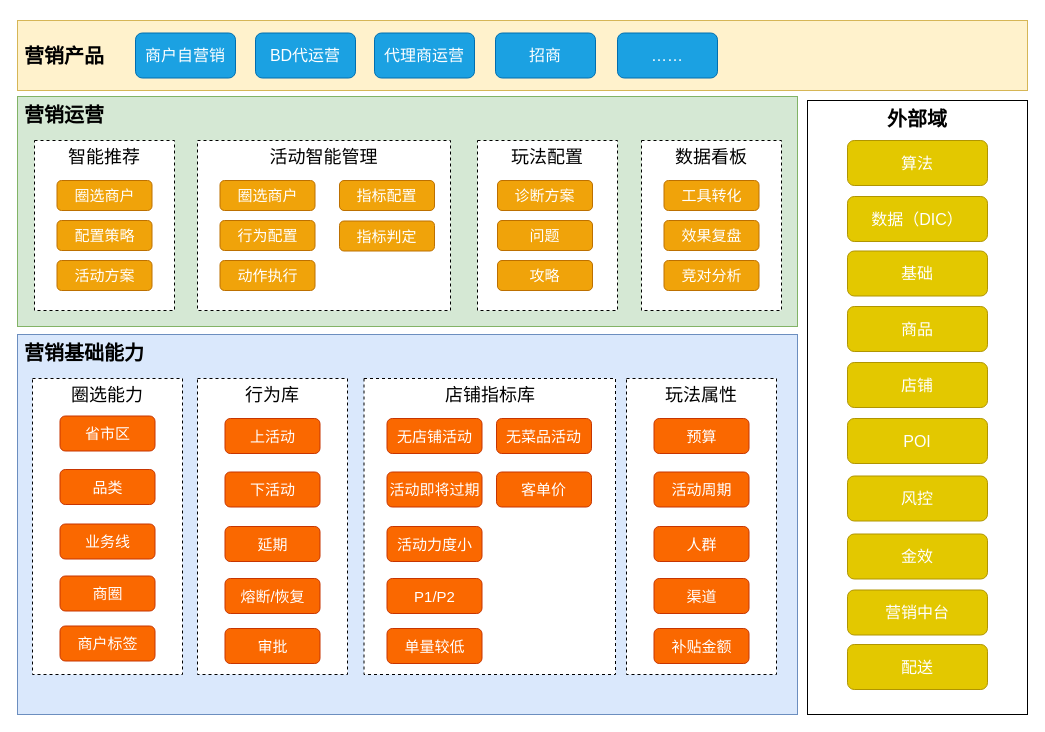
This is 营销工具架构.drawio from jon-kong/draw.io, a draw.io file, before an edit. Source tidied: cells renumbered, new cells numbered last; positions are measured from the earlier drawing's top-left corner, leaving out a move shared by most shapes. Both pictures are drawn from the tidied source at 100%, with x=0, y=0 at pixel (17, 20).
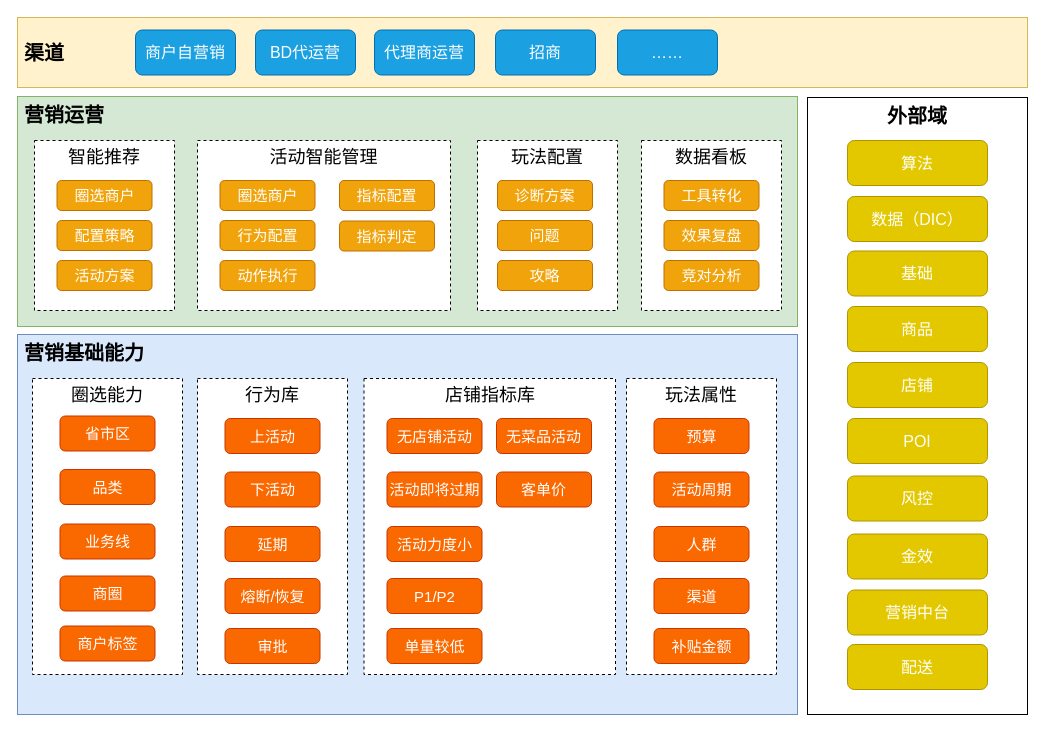
Above is the later version.

Commit message (it also covers changes not shown here):
Update 营销工具架构.drawio

Change to the diagram source:
```diff
@@
-    <mxCell id="2" value="营销产品" style="rounded=0;whiteSpace=wrap;html=1;fillColor=#fff2cc;strokeColor=#d6b656;fontSize=20;fontStyle=1;align=left;spacingLeft=5;" parent="1" vertex="1">
-      <mxGeometry width="1010" height="70" as="geometry" />
+    <mxCell id="2" value="渠道" style="rounded=0;whiteSpace=wrap;html=1;fillColor=#fff2cc;strokeColor=#d6b656;fontSize=20;fontStyle=1;align=left;spacingLeft=5;" parent="1" vertex="1">
+      <mxGeometry y="-3" width="1010" height="70" as="geometry" />
     </mxCell>
     <mxCell id="3" value="商户自营销" style="rounded=1;whiteSpace=wrap;html=1;fontSize=16;align=center;fillColor=#1ba1e2;strokeColor=#006EAF;fontColor=#ffffff;" parent="1" vertex="1">
-      <mxGeometry x="118" y="12.5" width="100" height="45" as="geometry" />
+      <mxGeometry x="118" y="9.5" width="100" height="45" as="geometry" />
     </mxCell>
     <mxCell id="4" value="BD代运营" style="rounded=1;whiteSpace=wrap;html=1;fontSize=16;align=center;fillColor=#1ba1e2;strokeColor=#006EAF;fontColor=#ffffff;" parent="1" vertex="1">
-      <mxGeometry x="238" y="12.5" width="100" height="45" as="geometry" />
+      <mxGeometry x="238" y="9.5" width="100" height="45" as="geometry" />
     </mxCell>
     <mxCell id="5" value="……" style="rounded=1;whiteSpace=wrap;html=1;fontSize=16;align=center;fillColor=#1ba1e2;strokeColor=#006EAF;fontColor=#ffffff;" parent="1" vertex="1">
-      <mxGeometry x="600" y="12.5" width="100" height="45" as="geometry" />
+      <mxGeometry x="600" y="9.5" width="100" height="45" as="geometry" />
     </mxCell>
     <mxCell id="6" value="招商" style="rounded=1;whiteSpace=wrap;html=1;fontSize=16;align=center;fillColor=#1ba1e2;strokeColor=#006EAF;fontColor=#ffffff;" parent="1" vertex="1">
-      <mxGeometry x="478" y="12.5" width="100" height="45" as="geometry" />
+      <mxGeometry x="478" y="9.5" width="100" height="45" as="geometry" />
     </mxCell>
     <mxCell id="7" value="代理商运营" style="rounded=1;whiteSpace=wrap;html=1;fontSize=16;align=center;fillColor=#1ba1e2;strokeColor=#006EAF;fontColor=#ffffff;" parent="1" vertex="1">
-      <mxGeometry x="357" y="12.5" width="100" height="45" as="geometry" />
+      <mxGeometry x="357" y="9.5" width="100" height="45" as="geometry" />
     </mxCell>
@@
     <mxCell id="10" value="外部域" style="rounded=0;whiteSpace=wrap;html=1;fontSize=20;align=center;verticalAlign=top;fontStyle=1;" parent="1" vertex="1">
-      <mxGeometry x="790" y="80" width="220" height="614" as="geometry" />
+      <mxGeometry x="790" y="77" width="220" height="617" as="geometry" />
     </mxCell>
```
